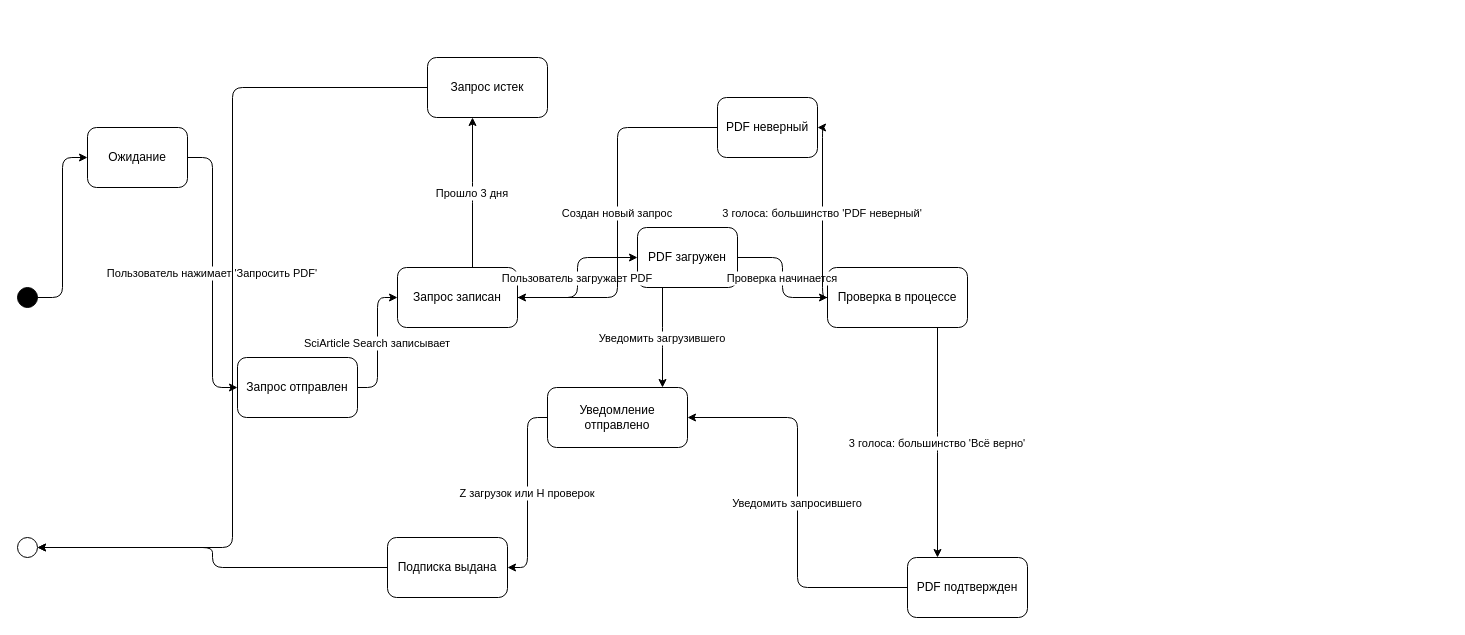
The draw.io diagram SciArticle.drawio in shamemask/auto_drf, before the edit. Source tidied: cells renumbered, new cells numbered last; positions are measured from the earlier drawing's top-left corner, leaving out a move shared by most shapes. Both pictures are drawn from the tidied source at 100%, with x=0, y=0 at pixel (17, 57).
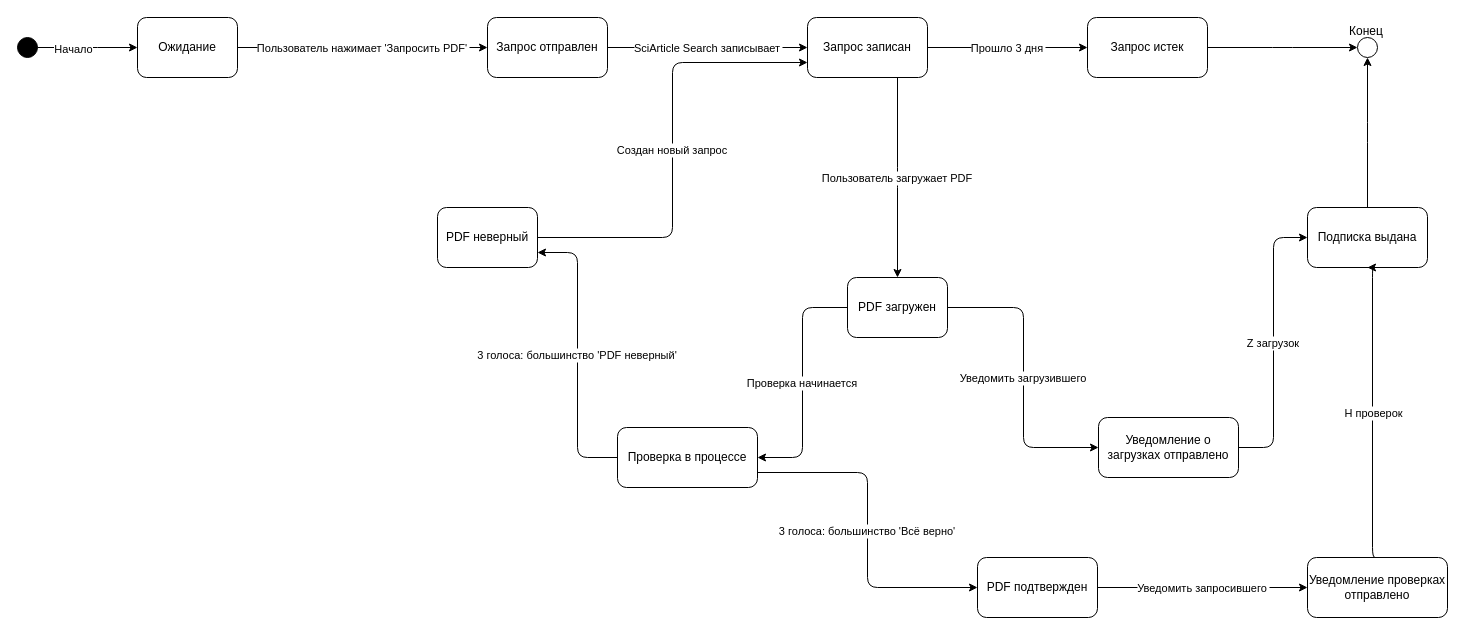
After the change.

The change refers to these unchanged cells:
```xml
<mxCell id="25" style="edgeStyle=elbowEdgeStyle;rounded=1;" parent="1" edge="1" source="2" target="3">
  <mxGeometry relative="1" as="geometry" />
</mxCell>
```

The edit, as a diff of the source:
```diff
@@
     <mxCell id="2" style="shape=ellipse;fillColor=black;strokeColor=black;" parent="1" vertex="1">
-      <mxGeometry y="230" width="20" height="20" as="geometry" />
+      <mxGeometry y="-20" width="20" height="20" as="geometry" />
     </mxCell>
     <mxCell id="3" value="Ожидание" style="rounded=1;whiteSpace=wrap;" parent="1" vertex="1">
-      <mxGeometry x="70" y="70" width="100" height="60" as="geometry" />
+      <mxGeometry x="120" y="-40" width="100" height="60" as="geometry" />
     </mxCell>
     <mxCell id="4" value="Запрос отправлен" style="rounded=1;whiteSpace=wrap;" parent="1" vertex="1">
-      <mxGeometry x="220" y="300" width="120" height="60" as="geometry" />
+      <mxGeometry x="470" y="-40" width="120" height="60" as="geometry" />
     </mxCell>
     <mxCell id="5" value="Запрос записан" style="rounded=1;whiteSpace=wrap;" parent="1" vertex="1">
-      <mxGeometry x="380" y="210" width="120" height="60" as="geometry" />
+      <mxGeometry x="790" y="-40" width="120" height="60" as="geometry" />
     </mxCell>
     <mxCell id="6" value="PDF загружен" style="rounded=1;whiteSpace=wrap;" parent="1" vertex="1">
-      <mxGeometry x="620" y="170" width="100" height="60" as="geometry" />
+      <mxGeometry x="830" y="220" width="100" height="60" as="geometry" />
     </mxCell>
     <mxCell id="7" value="Проверка в процессе" style="rounded=1;whiteSpace=wrap;" parent="1" vertex="1">
-      <mxGeometry x="810" y="210" width="140" height="60" as="geometry" />
+      <mxGeometry x="600" y="370" width="140" height="60" as="geometry" />
     </mxCell>
     <mxCell id="8" value="PDF подтвержден" style="rounded=1;whiteSpace=wrap;" parent="1" vertex="1">
-      <mxGeometry x="890" y="500" width="120" height="60" as="geometry" />
+      <mxGeometry x="960" y="500" width="120" height="60" as="geometry" />
     </mxCell>
     <mxCell id="9" value="PDF неверный" style="rounded=1;whiteSpace=wrap;" parent="1" vertex="1">
-      <mxGeometry x="700" y="40" width="100" height="60" as="geometry" />
+      <mxGeometry x="420" y="150" width="100" height="60" as="geometry" />
     </mxCell>
-    <mxCell id="10" value="Уведомление отправлено" style="rounded=1;whiteSpace=wrap;" parent="1" vertex="1">
-      <mxGeometry x="530" y="330" width="140" height="60" as="geometry" />
+    <mxCell id="10" value="Уведомление о загрузках отправлено" style="rounded=1;whiteSpace=wrap;" parent="1" vertex="1">
+      <mxGeometry x="1081" y="360" width="140" height="60" as="geometry" />
     </mxCell>
     <mxCell id="11" value="Подписка выдана" style="rounded=1;whiteSpace=wrap;" parent="1" vertex="1">
-      <mxGeometry x="370" y="480" width="120" height="60" as="geometry" />
+      <mxGeometry x="1290" y="150" width="120" height="60" as="geometry" />
     </mxCell>
     <mxCell id="12" value="Запрос истек" style="rounded=1;whiteSpace=wrap;" parent="1" vertex="1">
-      <mxGeometry x="410" width="120" height="60" as="geometry" />
+      <mxGeometry x="1070" y="-40" width="120" height="60" as="geometry" />
     </mxCell>
     <mxCell id="13" style="shape=ellipse;fillColor=none;strokeColor=black;double=1;" parent="1" vertex="1">
-      <mxGeometry y="480" width="20" height="20" as="geometry" />
+      <mxGeometry x="1340" y="-20" width="20" height="20" as="geometry" />
     </mxCell>
@@
-    <mxCell id="15" value="SciArticle Search записывает" style="edgeStyle=elbowEdgeStyle;rounded=1;" parent="1" edge="1" source="4" target="5">
+    <mxCell id="15" value="SciArticle Search записывает" style="edgeStyle=elbowEdgeStyle;rounded=1;entryX=0;entryY=0.5;entryDx=0;entryDy=0;" parent="1" edge="1" source="4" target="5">
       <mxGeometry relative="1" as="geometry" />
     </mxCell>
-    <mxCell id="16" value="Пользователь загружает PDF" style="edgeStyle=elbowEdgeStyle;rounded=1;" parent="1" edge="1" source="5" target="6">
+    <mxCell id="16" value="Пользователь загружает PDF" style="edgeStyle=elbowEdgeStyle;rounded=1;exitX=0.75;exitY=1;exitDx=0;exitDy=0;" parent="1" edge="1" source="5" target="6">
       <mxGeometry relative="1" as="geometry" />
     </mxCell>
-    <mxCell id="17" value="Проверка начинается" style="edgeStyle=elbowEdgeStyle;rounded=1;" parent="1" edge="1" source="6" target="7">
+    <mxCell id="17" value="Проверка начинается" style="edgeStyle=elbowEdgeStyle;rounded=1;exitX=0;exitY=0.5;exitDx=0;exitDy=0;" parent="1" edge="1" source="6" target="7">
       <mxGeometry relative="1" as="geometry" />
     </mxCell>
-    <mxCell id="18" value="3 голоса: большинство 'Всё верно'" style="edgeStyle=elbowEdgeStyle;rounded=1;" parent="1" edge="1" source="7" target="8">
+    <mxCell id="18" value="3 голоса: большинство 'Всё верно'" style="edgeStyle=elbowEdgeStyle;rounded=1;exitX=1;exitY=0.75;exitDx=0;exitDy=0;" parent="1" edge="1" source="7" target="8">
       <mxGeometry relative="1" as="geometry" />
     </mxCell>
-    <mxCell id="19" value="3 голоса: большинство 'PDF неверный'" style="edgeStyle=elbowEdgeStyle;rounded=1;" parent="1" edge="1" source="7" target="9">
+    <mxCell id="19" value="3 голоса: большинство 'PDF неверный'" style="edgeStyle=elbowEdgeStyle;rounded=1;entryX=1;entryY=0.75;entryDx=0;entryDy=0;" parent="1" edge="1" source="7" target="9">
       <mxGeometry relative="1" as="geometry" />
     </mxCell>
-    <mxCell id="20" value="Создан новый запрос" style="edgeStyle=elbowEdgeStyle;rounded=1;" parent="1" edge="1" source="9" target="5">
+    <mxCell id="20" value="Создан новый запрос" style="edgeStyle=elbowEdgeStyle;rounded=1;exitX=1;exitY=0.5;exitDx=0;exitDy=0;entryX=0;entryY=0.75;entryDx=0;entryDy=0;" parent="1" edge="1" source="9" target="5">
       <mxGeometry relative="1" as="geometry" />
     </mxCell>
-    <mxCell id="21" value="Уведомить запросившего" style="edgeStyle=elbowEdgeStyle;rounded=1;" parent="1" edge="1" source="8" target="10">
+    <mxCell id="21" value="Уведомить запросившего" style="edgeStyle=elbowEdgeStyle;rounded=1;entryX=0;entryY=0.5;entryDx=0;entryDy=0;" parent="1" edge="1" source="8" target="30">
       <mxGeometry relative="1" as="geometry" />
     </mxCell>
@@
-    <mxCell id="23" value="Z загрузок или H проверок" style="edgeStyle=elbowEdgeStyle;rounded=1;" parent="1" edge="1" source="10" target="11">
+    <mxCell id="23" value=" H проверок" style="edgeStyle=elbowEdgeStyle;rounded=1;exitX=0.5;exitY=0;exitDx=0;exitDy=0;entryX=0.5;entryY=1;entryDx=0;entryDy=0;" parent="1" edge="1" source="30" target="11">
       <mxGeometry relative="1" as="geometry" />
     </mxCell>
-    <mxCell id="24" value="Прошло 3 дня" style="edgeStyle=elbowEdgeStyle;rounded=1;" parent="1" edge="1" source="5" target="12">
+    <mxCell id="24" value="Прошло 3 дня" style="edgeStyle=elbowEdgeStyle;rounded=1;exitX=1;exitY=0.5;exitDx=0;exitDy=0;" parent="1" edge="1" source="5" target="12">
       <mxGeometry relative="1" as="geometry" />
     </mxCell>
@@
+    <mxCell id="28" value="Начало" style="edgeLabel;html=1;align=center;verticalAlign=middle;" parent="25" vertex="1">
+      <mxGeometry x="-0.31" y="-1" relative="1" as="geometry" />
+    </mxCell>
@@
+    <mxCell id="29" value="Z загрузок" style="edgeStyle=elbowEdgeStyle;rounded=1;exitX=1;exitY=0.5;exitDx=0;exitDy=0;entryX=0;entryY=0.5;entryDx=0;entryDy=0;" parent="1" edge="1" source="10" target="11">
+      <mxGeometry relative="1" as="geometry" />
+    </mxCell>
+    <mxCell id="30" value="Уведомление проверках отправлено" style="rounded=1;whiteSpace=wrap;" parent="1" vertex="1">
+      <mxGeometry x="1290" y="500" width="140" height="60" as="geometry" />
+    </mxCell>
+    <mxCell id="31" value="Конец" style="text;whiteSpace=wrap;html=1;" parent="1" vertex="1">
+      <mxGeometry x="1330" y="-40" width="40" height="40" as="geometry" />
+    </mxCell>
```
